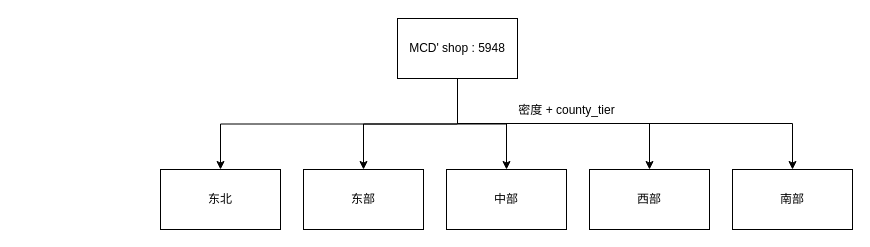
Earlier version of the draw.io diagram KFCselect.drawio (LiLiJacky/graphData). Source tidied: cells renumbered, new cells numbered last; positions are measured from the earlier drawing's top-left corner, leaving out a move shared by most shapes. Both pictures are drawn from the tidied source at 100%, with x=0, y=0 at pixel (160, 18).
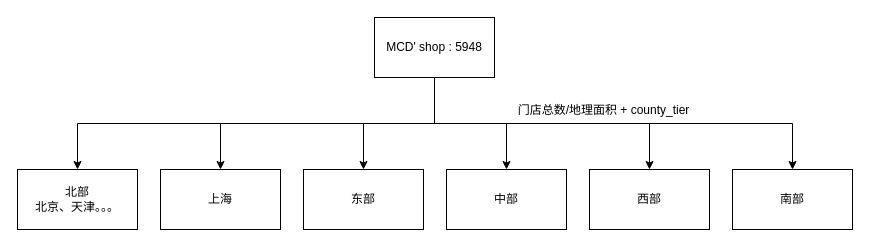
The same page after the edit.

Unchanged cells that the change refers to:
```xml
<mxCell id="11" value="西部" style="rounded=0;whiteSpace=wrap;html=1;" parent="1" vertex="1">
  <mxGeometry x="429" y="151" width="120" height="60" as="geometry" />
</mxCell>
<mxCell id="12" value="南部" style="rounded=0;whiteSpace=wrap;html=1;" parent="1" vertex="1">
  <mxGeometry x="572" y="151" width="120" height="60" as="geometry" />
</mxCell>
```

Diff of the diagram source:
```diff
@@
     <mxCell id="5" style="edgeStyle=orthogonalEdgeStyle;rounded=0;jettySize=auto;html=1;" parent="1" edge="1" source="7" target="11">
       <mxGeometry relative="1" as="geometry">
         <Array as="points">
-          <mxPoint x="297" y="105" />
+          <mxPoint x="274" y="105" />
           <mxPoint x="489" y="105" />
         </Array>
       </mxGeometry>
     </mxCell>
-    <mxCell id="6" style="edgeStyle=orthogonalEdgeStyle;rounded=0;jettySize=auto;html=1;" parent="1" edge="1" source="7" target="12">
+    <mxCell id="6" style="edgeStyle=orthogonalEdgeStyle;rounded=0;jettySize=auto;html=1;exitX=0.5;exitY=1;exitDx=0;exitDy=0;" parent="1" edge="1" source="7" target="12">
       <mxGeometry relative="1" as="geometry">
         <Array as="points">
-          <mxPoint x="297" y="105" />
+          <mxPoint x="274" y="105" />
           <mxPoint x="632" y="105" />
         </Array>
       </mxGeometry>
     </mxCell>
+    <mxCell id="14" style="edgeStyle=orthogonalEdgeStyle;rounded=0;jettySize=auto;html=1;" parent="1" edge="1" source="7" target="15">
+      <mxGeometry relative="1" as="geometry">
+        <Array as="points">
+          <mxPoint x="274" y="105" />
+          <mxPoint x="-83" y="105" />
+        </Array>
+      </mxGeometry>
+    </mxCell>
     <mxCell id="7" value="MCD' shop : 5948" style="rounded=0;whiteSpace=wrap;html=1;" parent="1" vertex="1">
-      <mxGeometry x="237" width="120" height="60" as="geometry" />
+      <mxGeometry x="214" y="-1" width="120" height="60" as="geometry" />
     </mxCell>
-    <mxCell id="8" value="东北" style="rounded=0;whiteSpace=wrap;html=1;" parent="1" vertex="1">
+    <mxCell id="8" value="&lt;div&gt;上海&lt;/div&gt;" style="rounded=0;whiteSpace=wrap;html=1;" parent="1" vertex="1">
       <mxGeometry y="151" width="120" height="60" as="geometry" />
     </mxCell>
@@
-    <mxCell id="13" value="密度 + county_tier" style="text;html=1;align=center;verticalAlign=middle;whiteSpace=wrap;rounded=0;" parent="1" vertex="1">
-      <mxGeometry x="350" y="77" width="113" height="30" as="geometry" />
+    <mxCell id="13" value="门店总数/地理面积 + county_tier" style="text;html=1;align=center;verticalAlign=middle;whiteSpace=wrap;rounded=0;" parent="1" vertex="1">
+      <mxGeometry x="350" y="77" width="187" height="30" as="geometry" />
     </mxCell>
+    <mxCell id="15" value="北部&lt;div&gt;北京、天津。。。&lt;/div&gt;" style="rounded=0;whiteSpace=wrap;html=1;" parent="1" vertex="1">
+      <mxGeometry x="-143" y="151" width="120" height="60" as="geometry" />
+    </mxCell>
```
